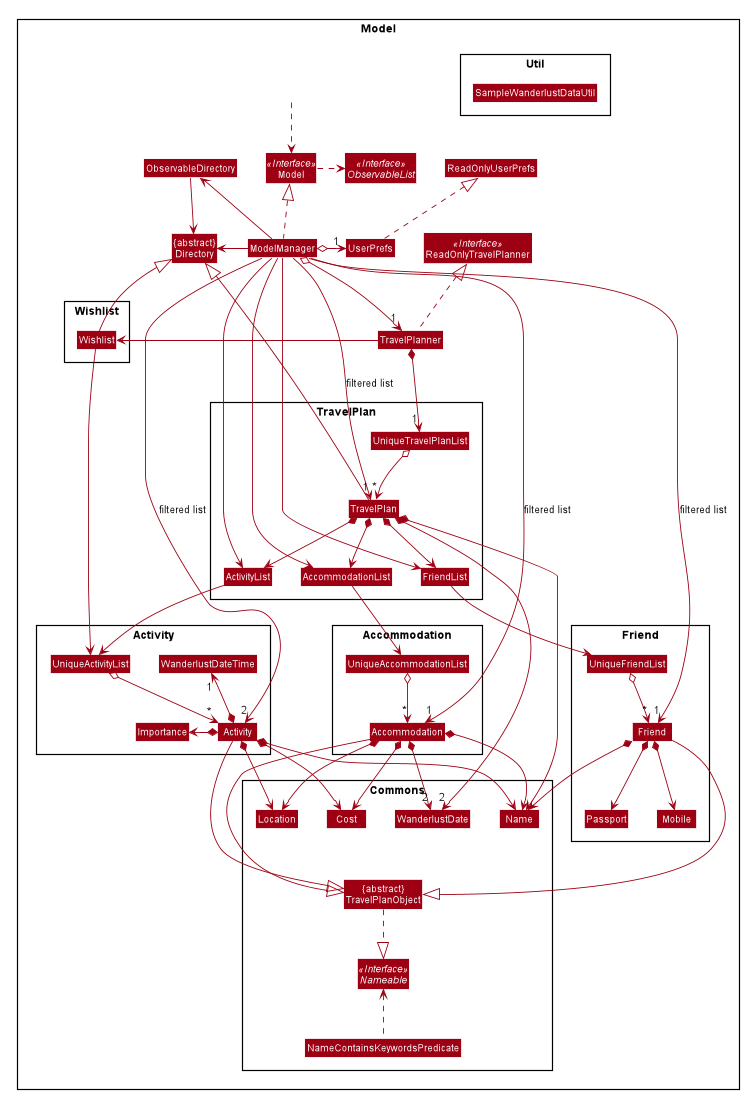
The PlantUML diagram docs/images/ModelClassDiagram.png in timjkong/tp, before a commit. Source of this version:
```plantuml
@startuml








skinparam BackgroundColor #FFFFFFF

skinparam Shadowing false

skinparam Class {
    FontColor #FFFFFF
    BorderThickness 1
    BorderColor #FFFFFF
    StereotypeFontColor #FFFFFF
    FontName Arial
}

skinparam Actor {
    BorderColor #000000
    Color #000000
    FontName Arial
}

skinparam Sequence {
    MessageAlign center
    BoxFontSize 15
    BoxPadding 0
    BoxFontColor #FFFFFF
    FontName Arial
}

skinparam Participant {
    FontColor #FFFFFFF
    Padding 20
}

skinparam MinClassWidth 50
skinparam ParticipantPadding 10
skinparam Shadowing false
skinparam DefaultTextAlignment center
skinparam packageStyle Rectangle

hide footbox
hide members
hide circle
skinparam arrowThickness 1.1
skinparam arrowColor #9D0012
skinparam classBackgroundColor #9D0012

Package Model <<Rectangle>>{
Interface ReadOnlyTravelPlanner <<Interface>>
Interface Model <<Interface>>
Interface ObservableList <<Interface>>
Class TravelPlanner
Class ReadOnlyTravelPlanner
Class Model
Class ModelManager
Class UserPrefs
Class ReadOnlyUserPrefs

Package TravelPlan {
Class TravelPlan
Class ActivityList
Class AccommodationList
Class FriendList
Class UniqueTravelPlanList
}

Package Wishlist {
Class Wishlist
}

Package Activity {
Class UniqueActivityList
Class Activity
Class Importance
Class WanderlustDateTime
}

Package Accommodation {
Class UniqueAccommodationList
Class Accommodation
}

Package Friend {
Class UniqueFriendList
Class Friend
Class Passport
Class Mobile
}

Package Commons {
Class Name
Class Location
Class Cost
Class WanderlustDate
Interface Nameable <<Interface>>
Class "{abstract}\nTravelPlanObject" as TravelPlanObject
Class NameContainsKeywordsPredicate
}

Package Util {
Class SampleWanderlustDataUtil
}

Class "{abstract}\nDirectory" as Directory
Class ObservableDirectory

Class HiddenOutside #FFFFFF
HiddenOutside ..> Model

TravelPlanner .up.|> ReadOnlyTravelPlanner
ModelManager .up.|> Model
Model .right.> ObservableList
ModelManager o--> "1" TravelPlanner
ModelManager o-right-> "1" UserPrefs
UserPrefs .up.|> ReadOnlyUserPrefs
ModelManager -left-> Directory
UserPrefs -[hidden]right-> ReadOnlyTravelPlanner
ObservableDirectory -down-> Directory
ModelManager -left-> ObservableDirectory

TravelPlanner -left-> Wishlist
Wishlist -up-|> Directory
Wishlist -down-> UniqueActivityList

TravelPlanner *--> "1" UniqueTravelPlanList
UniqueTravelPlanList o--> "*" TravelPlan
TravelPlan -up-|> Directory
TravelPlan *--> Name
TravelPlan *--> "2" WanderlustDate
TravelPlan *--> ActivityList
TravelPlan *--> AccommodationList
TravelPlan *--> FriendList
ActivityList -down-> UniqueActivityList
AccommodationList -down-> UniqueAccommodationList
FriendList -down-> UniqueFriendList

UniqueActivityList o-down-> "*" Activity
Activity *-left-> Importance
Activity *-up->"1" WanderlustDateTime
Activity -down-|> TravelPlanObject
Activity *-down-> Name
Activity *-down-> Location
Activity *-down-> Cost

UniqueAccommodationList o-down-> "*" Accommodation
Accommodation -down-|> TravelPlanObject
Accommodation *-down-> Name
Accommodation *-down-> Location
Accommodation *-down-> Cost
Accommodation *-down->"2" WanderlustDate

UniqueFriendList o-down-> "*" Friend
Friend *-down-> Passport
Friend *-down-> Mobile
Friend -down-|> TravelPlanObject
Friend *-down-> Name

TravelPlanObject ..|> Nameable
NameContainsKeywordsPredicate .up.> Nameable
Cost -[hidden]right-> Location
Location -[hidden]right-> Name
TravelPlanObject -[hidden]up-> WanderlustDate

Name -[hidden]right-> WanderlustDate
WanderlustDate -[hidden]right-> ActivityList
ActivityList -[hidden]right-> AccommodationList
AccommodationList -[hidden]right-> FriendList

ModelManager -->"1" TravelPlan : filtered list
ModelManager -->"2" Activity : filtered list
ModelManager -->"1" Accommodation : filtered list
ModelManager -->"1" Friend : filtered list
ModelManager --> ActivityList
ModelManager --> AccommodationList
ModelManager --> FriendList
@enduml
```
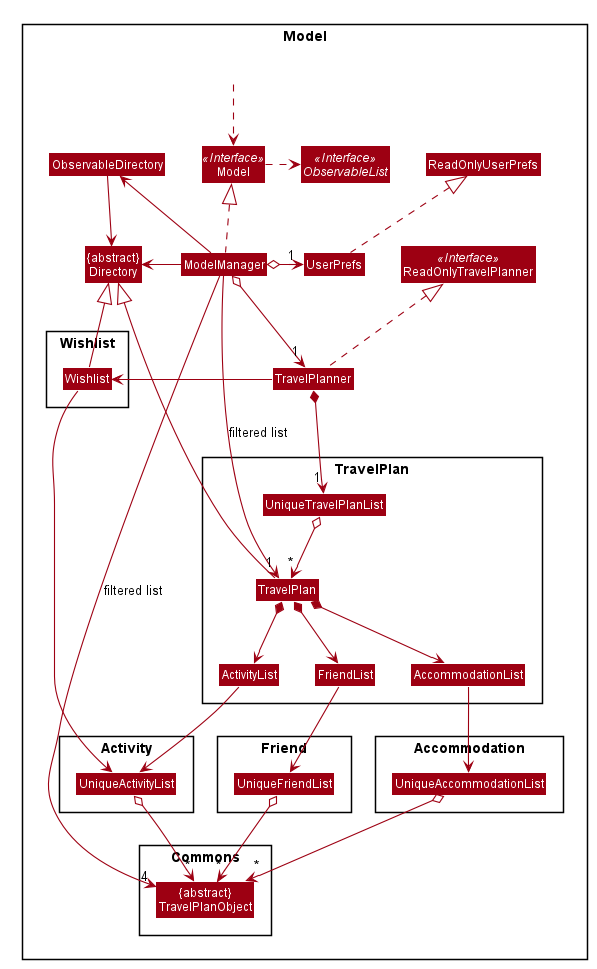
After the change.

Commit message:
Update Model class diagram image

Change to the diagram source:
```diff
@@ -76,35 +76,18 @@
 
 Package Activity {
 Class UniqueActivityList
-Class Activity
-Class Importance
-Class WanderlustDateTime
 }
 
 Package Accommodation {
 Class UniqueAccommodationList
-Class Accommodation
 }
 
 Package Friend {
 Class UniqueFriendList
-Class Friend
-Class Passport
-Class Mobile
 }
 
 Package Commons {
-Class Name
-Class Location
-Class Cost
-Class WanderlustDate
-Interface Nameable <<Interface>>
 Class "{abstract}\nTravelPlanObject" as TravelPlanObject
-Class NameContainsKeywordsPredicate
-}
-
-Package Util {
-Class SampleWanderlustDataUtil
 }
 
 Class "{abstract}\nDirectory" as Directory
@@ -131,8 +114,6 @@
 TravelPlanner *--> "1" UniqueTravelPlanList
 UniqueTravelPlanList o--> "*" TravelPlan
 TravelPlan -up-|> Directory
-TravelPlan *--> Name
-TravelPlan *--> "2" WanderlustDate
 TravelPlan *--> ActivityList
 TravelPlan *--> AccommodationList
 TravelPlan *--> FriendList
@@ -140,43 +121,15 @@
 AccommodationList -down-> UniqueAccommodationList
 FriendList -down-> UniqueFriendList
 
-UniqueActivityList o-down-> "*" Activity
-Activity *-left-> Importance
-Activity *-up->"1" WanderlustDateTime
-Activity -down-|> TravelPlanObject
-Activity *-down-> Name
-Activity *-down-> Location
-Activity *-down-> Cost
+UniqueActivityList o-down-> "*" TravelPlanObject
 
-UniqueAccommodationList o-down-> "*" Accommodation
-Accommodation -down-|> TravelPlanObject
-Accommodation *-down-> Name
-Accommodation *-down-> Location
-Accommodation *-down-> Cost
-Accommodation *-down->"2" WanderlustDate
+UniqueAccommodationList o-down-> "*" TravelPlanObject
 
-UniqueFriendList o-down-> "*" Friend
-Friend *-down-> Passport
-Friend *-down-> Mobile
-Friend -down-|> TravelPlanObject
-Friend *-down-> Name
+UniqueFriendList o-down-> "*" TravelPlanObject
 
-TravelPlanObject ..|> Nameable
-NameContainsKeywordsPredicate .up.> Nameable
-Cost -[hidden]right-> Location
-Location -[hidden]right-> Name
-TravelPlanObject -[hidden]up-> WanderlustDate
-
-Name -[hidden]right-> WanderlustDate
-WanderlustDate -[hidden]right-> ActivityList
 ActivityList -[hidden]right-> AccommodationList
 AccommodationList -[hidden]right-> FriendList
 
 ModelManager -->"1" TravelPlan : filtered list
-ModelManager -->"2" Activity : filtered list
-ModelManager -->"1" Accommodation : filtered list
-ModelManager -->"1" Friend : filtered list
-ModelManager --> ActivityList
-ModelManager --> AccommodationList
-ModelManager --> FriendList
+ModelManager -right->"4" TravelPlanObject : filtered list
 @enduml
```
